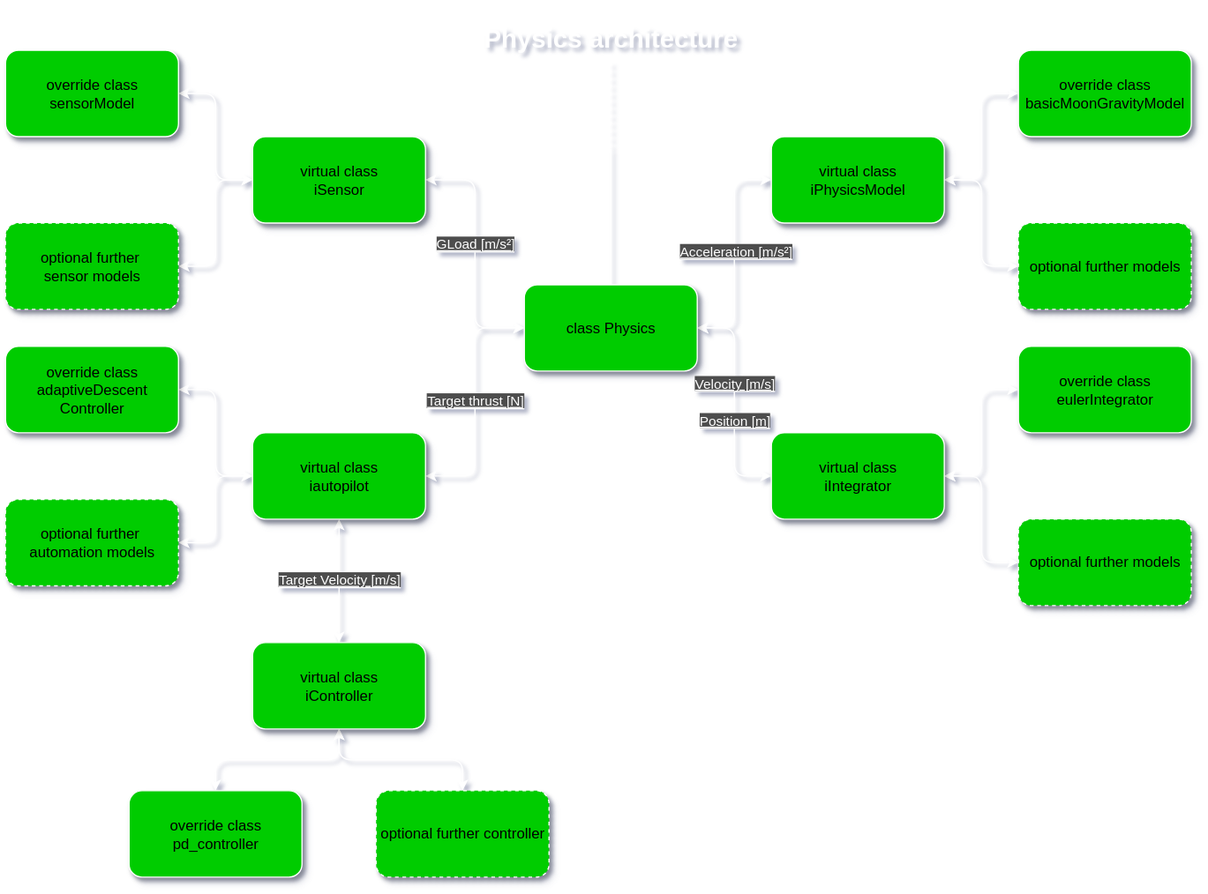
Earlier version of the draw.io export static/img/architecture/physics_architecture.drawio.svg (gerd-lrt-dev/aerospace-simulation). Source tidied: cells renumbered, new cells last; positions are measured from the earlier drawing's top-left corner, leaving out a move shared by most shapes.
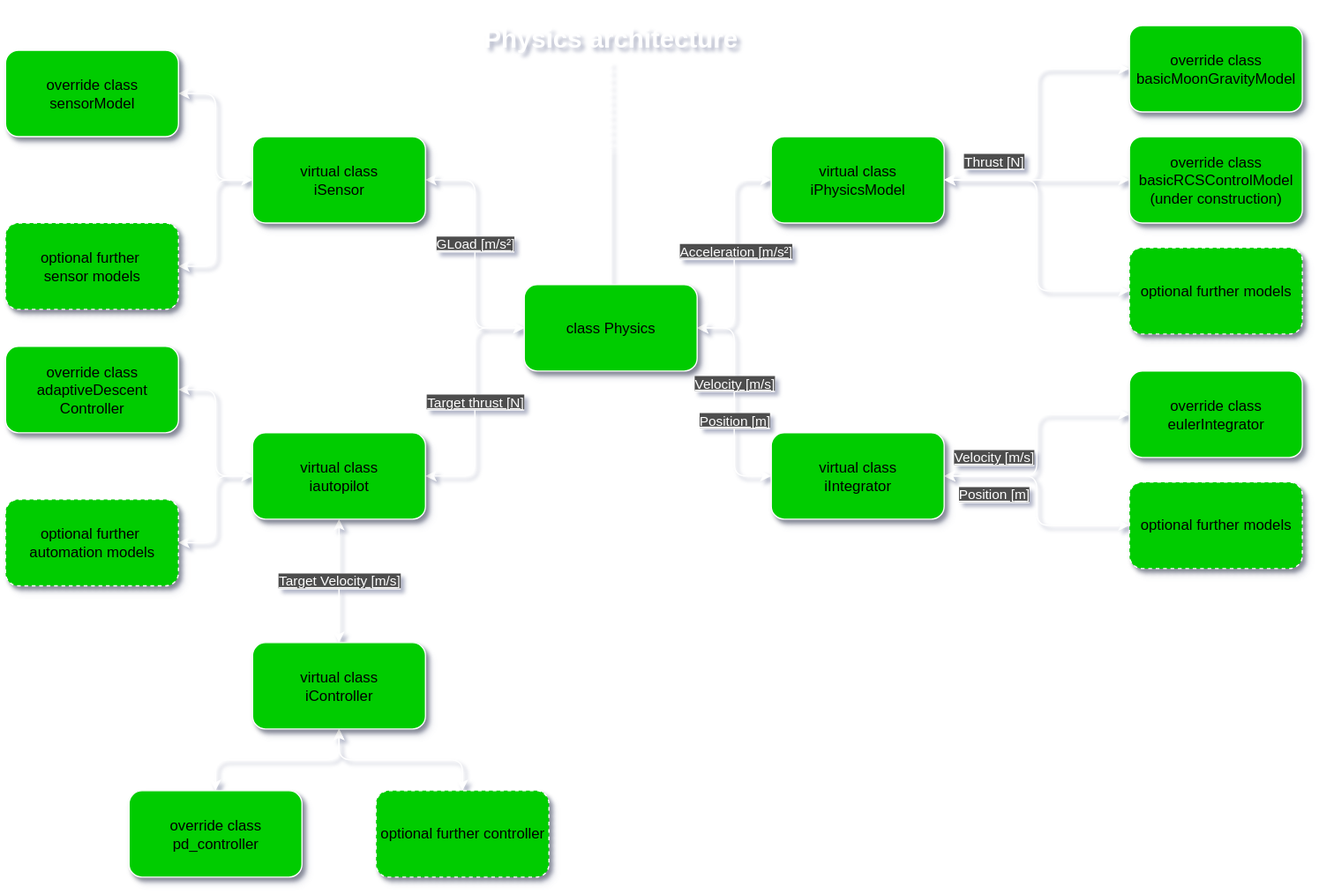
Later version of the same file.

Diff of the diagram source:
```diff
@@ -45,6 +45,11 @@
     <mxCell id="13" style="edgeStyle=orthogonalEdgeStyle;rounded=1;jettySize=auto;html=1;exitX=1;exitY=0.5;exitDx=0;exitDy=0;entryX=0;entryY=0.5;entryDx=0;entryDy=0;strokeColor=#FFFFFF;curved=0;startArrow=classic;startFill=1;" parent="1" edge="1" source="15" target="16">
       <mxGeometry relative="1" as="geometry" />
     </mxCell>
+    <mxCell id="42" value="&lt;font style=&quot;color: rgb(255, 255, 255); background-color: rgb(77, 77, 77);&quot;&gt;Thrust [N]&lt;/font&gt;" style="edgeLabel;html=1;align=center;verticalAlign=middle;" parent="13" vertex="1">
+      <mxGeometry x="0.03" relative="1" as="geometry">
+        <mxPoint x="-35" y="33" as="offset" />
+      </mxGeometry>
+    </mxCell>
     <mxCell id="14" style="edgeStyle=orthogonalEdgeStyle;rounded=1;jettySize=auto;html=1;exitX=1;exitY=0.5;exitDx=0;exitDy=0;entryX=0;entryY=0.5;entryDx=0;entryDy=0;strokeColor=#FFFFFF;curved=0;startArrow=classic;startFill=1;" parent="1" edge="1" source="15" target="21">
       <mxGeometry relative="1" as="geometry" />
     </mxCell>
@@ -52,7 +57,7 @@
       <mxGeometry x="620" y="110" width="140" height="70" as="geometry" />
     </mxCell>
     <mxCell id="16" value="override class&lt;div&gt;basicMoonGravityModel&lt;/div&gt;" style="rounded=1;whiteSpace=wrap;html=1;strokeColor=#FFFFFF;fillColor=#00CC00;shadow=1;" parent="1" vertex="1">
-      <mxGeometry x="820" y="40" width="140" height="70" as="geometry" />
+      <mxGeometry x="910" y="20" width="140" height="70" as="geometry" />
     </mxCell>
     <mxCell id="17" style="edgeStyle=orthogonalEdgeStyle;rounded=1;jettySize=auto;html=1;exitX=1;exitY=0.5;exitDx=0;exitDy=0;entryX=0;entryY=0.5;entryDx=0;entryDy=0;strokeColor=#FFFFFF;curved=0;startArrow=classic;startFill=1;" parent="1" edge="1" source="19" target="20">
       <mxGeometry relative="1" as="geometry" />
@@ -64,13 +69,13 @@
       <mxGeometry x="620" y="350" width="140" height="70" as="geometry" />
     </mxCell>
     <mxCell id="20" value="override class&lt;div&gt;eulerIntegrator&lt;/div&gt;" style="rounded=1;whiteSpace=wrap;html=1;strokeColor=#FFFFFF;fillColor=#00CC00;shadow=1;" parent="1" vertex="1">
-      <mxGeometry x="820" y="280" width="140" height="70" as="geometry" />
+      <mxGeometry x="910" y="300" width="140" height="70" as="geometry" />
     </mxCell>
     <mxCell id="21" value="optional further models" style="rounded=1;whiteSpace=wrap;html=1;strokeColor=#FFFFFF;fillColor=#00CC00;shadow=1;dashed=1;" parent="1" vertex="1">
-      <mxGeometry x="820" y="180" width="140" height="70" as="geometry" />
+      <mxGeometry x="910" y="200" width="140" height="70" as="geometry" />
     </mxCell>
     <mxCell id="22" value="optional further models" style="rounded=1;whiteSpace=wrap;html=1;strokeColor=#FFFFFF;fillColor=#00CC00;shadow=1;dashed=1;" parent="1" vertex="1">
-      <mxGeometry x="820" y="420" width="140" height="70" as="geometry" />
+      <mxGeometry x="910" y="390" width="140" height="70" as="geometry" />
     </mxCell>
     <mxCell id="23" style="edgeStyle=orthogonalEdgeStyle;rounded=1;jettySize=auto;html=1;exitX=0.5;exitY=1;exitDx=0;exitDy=0;entryX=0.5;entryY=0;entryDx=0;entryDy=0;strokeColor=#FFFFFF;curved=0;startArrow=classic;startFill=1;" parent="1" edge="1" source="25" target="27">
       <mxGeometry relative="1" as="geometry" />
@@ -129,5 +134,17 @@
     <mxCell id="41" value="&lt;font style=&quot;color: rgb(255, 255, 255); background-color: rgb(77, 77, 77);&quot;&gt;&lt;u&gt;Position [m]&lt;/u&gt;&lt;/font&gt;" style="edgeLabel;html=1;align=center;verticalAlign=middle;" parent="1" vertex="1">
       <mxGeometry x="590" y="340" as="geometry" />
     </mxCell>
+    <mxCell id="43" style="edgeStyle=orthogonalEdgeStyle;rounded=1;jettySize=auto;html=1;exitX=0;exitY=0.5;exitDx=0;exitDy=0;entryX=1;entryY=0.5;entryDx=0;entryDy=0;strokeColor=#FFFFFF;curved=0;startArrow=classic;startFill=1;" parent="1" edge="1" source="44" target="15">
+      <mxGeometry relative="1" as="geometry" />
+    </mxCell>
+    <mxCell id="44" value="override class&lt;div&gt;basicRCSControlModel&lt;/div&gt;&lt;div&gt;(under construction)&lt;/div&gt;" style="rounded=1;whiteSpace=wrap;html=1;strokeColor=#FFFFFF;fillColor=#00CC00;shadow=1;" parent="1" vertex="1">
+      <mxGeometry x="910" y="110" width="140" height="70" as="geometry" />
+    </mxCell>
+    <mxCell id="45" value="&lt;font style=&quot;color: rgb(255, 255, 255); background-color: rgb(77, 77, 77);&quot;&gt;&lt;u&gt;Velocity [m/s]&lt;/u&gt;&lt;/font&gt;" style="edgeLabel;html=1;align=center;verticalAlign=middle;" parent="1" vertex="1">
+      <mxGeometry x="800" y="370" as="geometry" />
+    </mxCell>
+    <mxCell id="46" value="&lt;font style=&quot;color: rgb(255, 255, 255); background-color: rgb(77, 77, 77);&quot;&gt;&lt;u&gt;Position [m]&lt;/u&gt;&lt;/font&gt;" style="edgeLabel;html=1;align=center;verticalAlign=middle;" parent="1" vertex="1">
+      <mxGeometry x="800" y="400" as="geometry" />
+    </mxCell>
   </root>
 </mxGraphModel>
```
